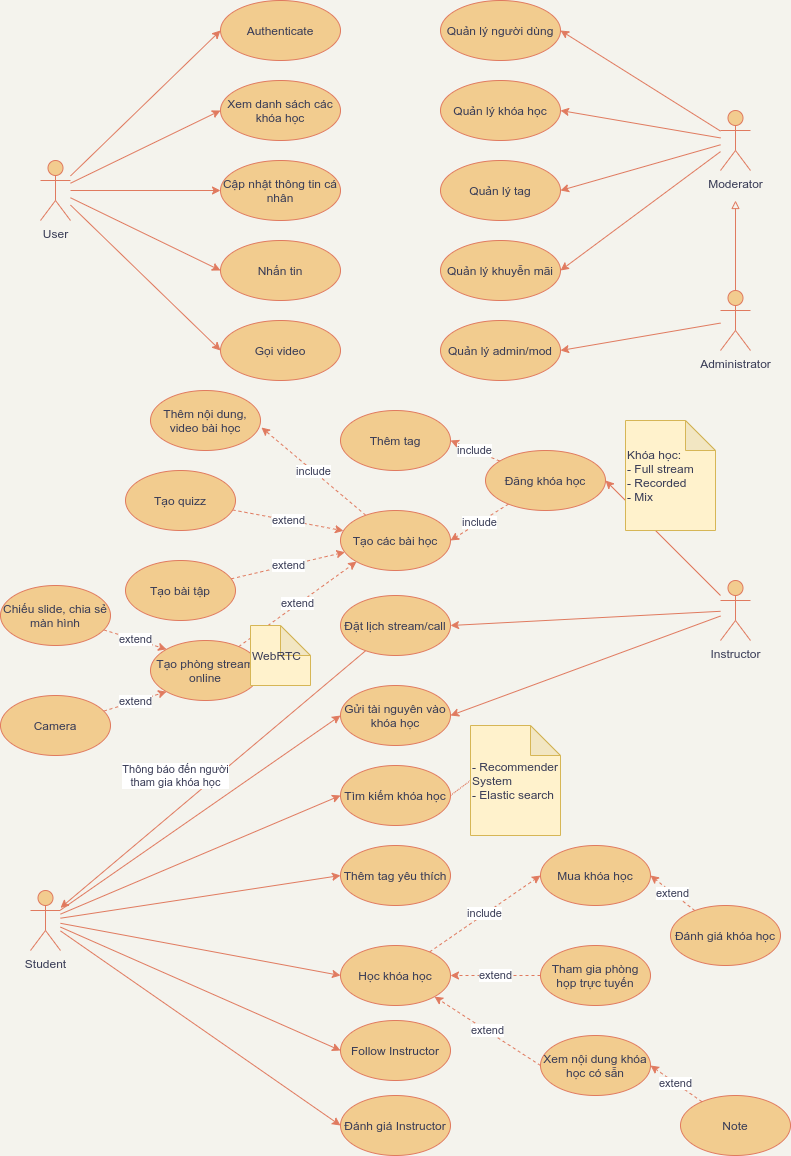
Above: docs/graph/usecase.png in SownBanana/HUST-graduate-project (draw.io), before the change. Source tidied: cells renumbered, new cells last; positions are measured from the earlier drawing's top-left corner, leaving out a move shared by most shapes.
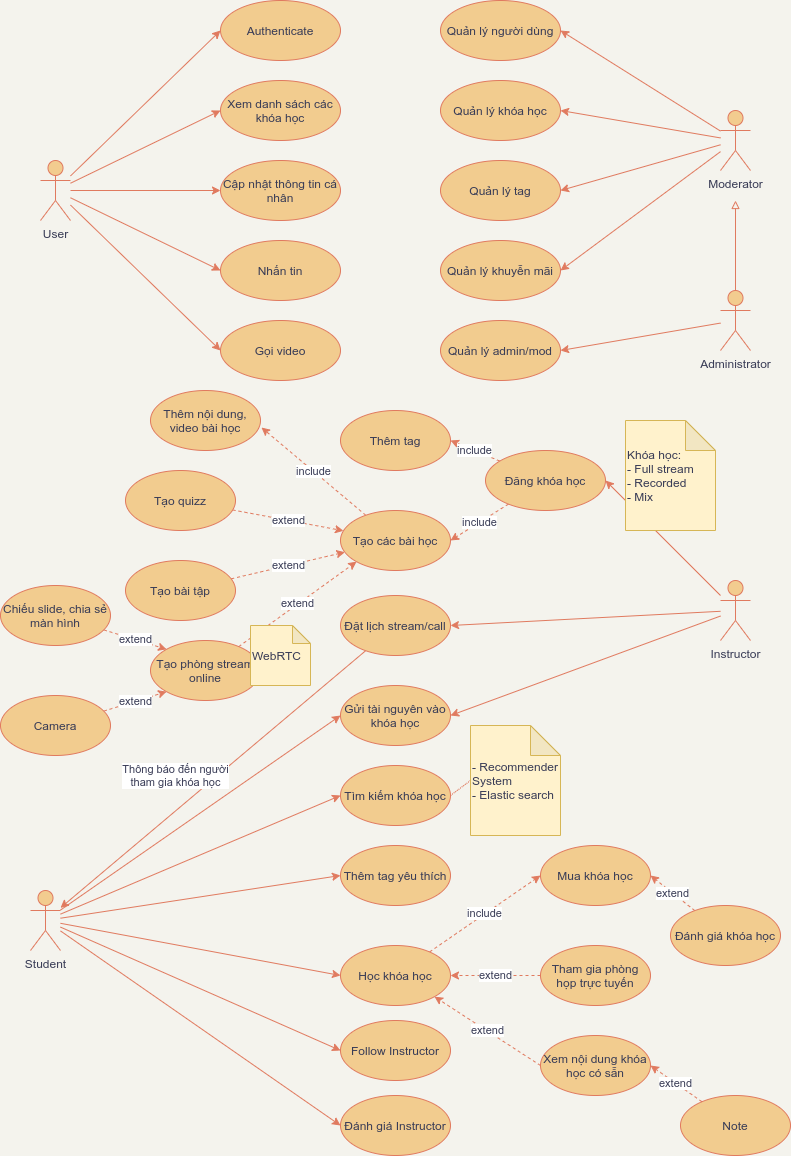
The same diagram one commit later.

Diff of the diagram source:
```diff
@@ -211,7 +211,7 @@
     <mxCell id="70" value="Tạo bài tập" style="ellipse;whiteSpace=wrap;html=1;rounded=0;sketch=0;strokeColor=#E07A5F;fillColor=#F2CC8F;fontColor=#393C56;" parent="1" vertex="1">
       <mxGeometry x="125" y="560" width="110" height="60" as="geometry" />
     </mxCell>
-    <mxCell id="71" value="WebRTC" style="shape=note;whiteSpace=wrap;html=1;backgroundOutline=1;darkOpacity=0.05;rounded=0;sketch=0;strokeColor=#d6b656;fillColor=#fff2cc;align=left;fontColor=#393C56;" parent="1" vertex="1">
+    <mxCell id="71" value="WebRTC" style="shape=note;whiteSpace=wrap;html=1;backgroundOutline=1;darkOpacity=0.05;rounded=0;sketch=0;strokeColor=#d6b656;fillColor=#fff2cc;align=left;fontColor=#393C56;size=18;" parent="1" vertex="1">
       <mxGeometry x="250" y="625" width="60" height="60" as="geometry" />
     </mxCell>
     <mxCell id="72" value="extend" style="rounded=0;jettySize=auto;html=1;entryX=0;entryY=0;entryDx=0;entryDy=0;dashed=1;strokeColor=#E07A5F;fontColor=#393C56;" parent="1" edge="1" source="73" target="46">
```
